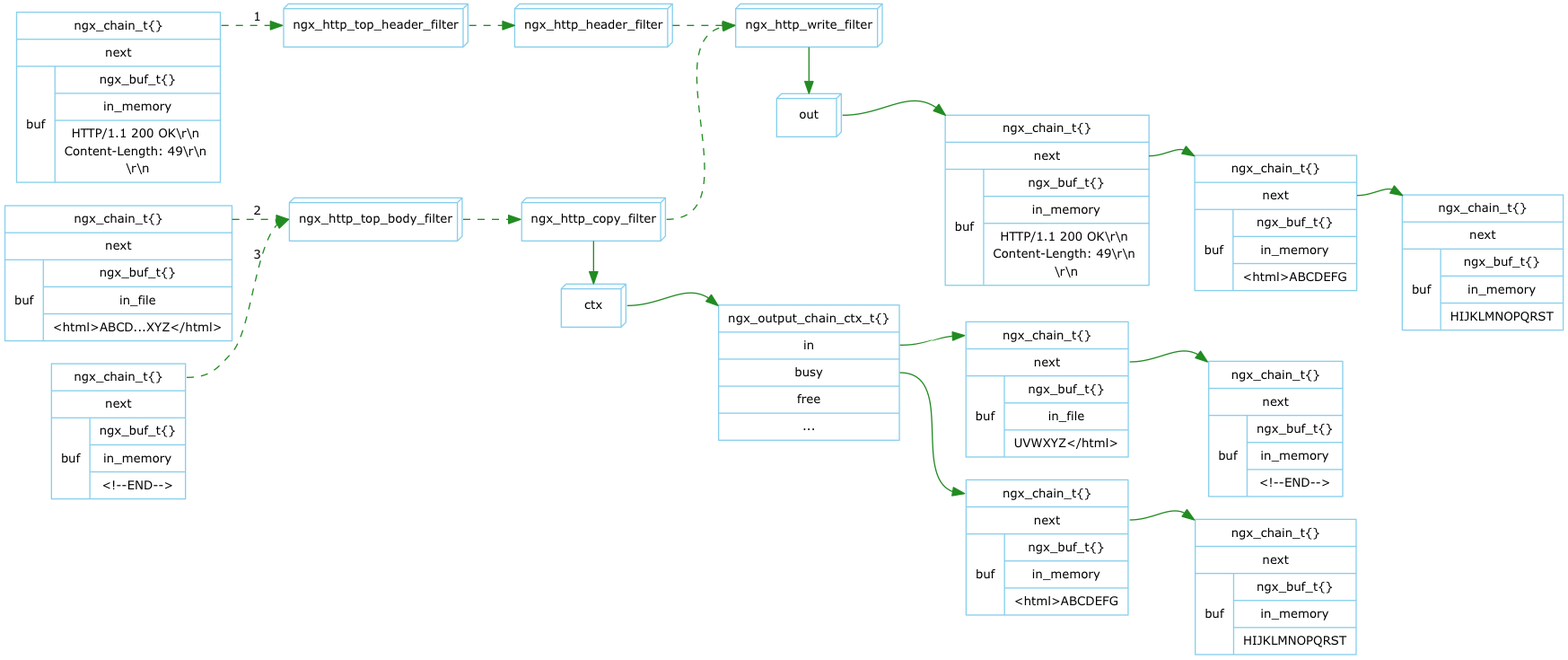
The Graphviz diagram doc/Graph/http_output/http_body_filter.png in lingjf/nginx_analyse, before a commit. Its source is kept beside it as doc/Graph/http_output/http_body_filter.gv.
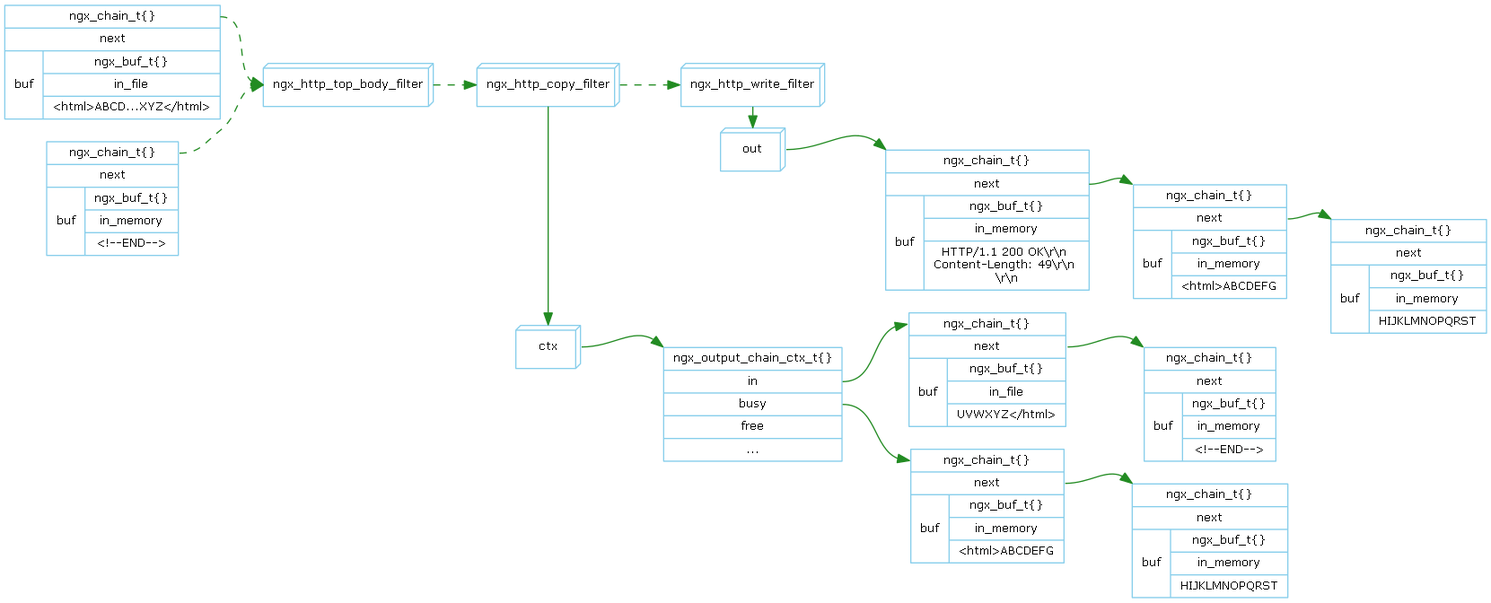
Above is the later version.

Change to the diagram source:
```diff
@@ -4,13 +4,10 @@
    node [shape=record, color=skyblue, fontname="Verdana", fontsize=10];
    edge [color=forestgreen, fontname="Verdana", fontsize=10];
 
-   ngx_chain_t1 [label="<head>ngx_chain_t\{\}|<next>next|{buf|{ngx_buf_t\{\}|in_memory|HTTP/1.1 200 OK\\r\\n \nContent-Length: 49\\r\\n \n\\r\\n}}"];
    ngx_chain_t2 [label="<head>ngx_chain_t\{\}|<next>next|{buf|{ngx_buf_t\{\}|in_file|\<html\>ABCD...XYZ\</html\>}}"];
    ngx_chain_t3 [label="<head>ngx_chain_t\{\}|<next>next|{buf|{ngx_buf_t\{\}|in_memory|\<!--END--\>}}"];
 
-   ngx_http_top_header_filter [shape=box3d];
    ngx_http_top_body_filter [shape=box3d];
-   ngx_http_header_filter [shape=box3d];
    ngx_http_copy_filter [shape=box3d];
    ngx_http_write_filter [shape=box3d];
 
@@ -30,11 +27,8 @@
    ngx_chain_t2f [label="<head>ngx_chain_t\{\}|<next>next|{buf|{ngx_buf_t\{\}|in_memory|HIJKLMNOPQRST}}"];
 
 
-   ngx_chain_t1:head -> ngx_http_top_header_filter:w [weight=5, style="dashed", label="1"];
-   ngx_http_top_header_filter:e -> ngx_http_header_filter:w [weight=5, style="dashed"];
-   ngx_http_header_filter:e -> ngx_http_write_filter:w [weight=5, style="dashed"];
-   ngx_chain_t2:head -> ngx_http_top_body_filter:w [style="dashed", label="2"];
-   ngx_chain_t3:head -> ngx_http_top_body_filter:w [style="dashed", label="3"];
+   ngx_chain_t2:head -> ngx_http_top_body_filter:w [style="dashed"];
+   ngx_chain_t3:head -> ngx_http_top_body_filter:w [style="dashed"];
    ngx_http_top_body_filter:e -> ngx_http_copy_filter:w [weight=3, style="dashed"];
    ngx_http_copy_filter:e -> ngx_http_write_filter:w [style="dashed"];
    ngx_http_write_filter -> out;
```
